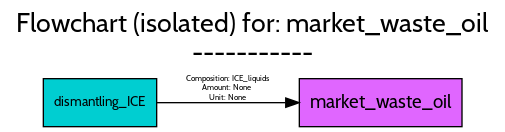
FutuRaM-Project/Recovery-Model keeps this Graphviz diagram as src/examples/ELV/figures/flowcharts/processes/png/market_waste_oil.png. Above is the earlier version. Its source is kept beside it as src/examples/ELV/figures/flowcharts/processes/dot/market_waste_oil.dot.
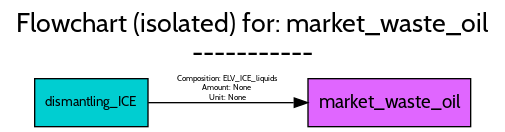
After the change.

What changed in the source:
```diff
@@ -19,7 +19,7 @@
 		fontname=Cabin,
 		fontsize=14,
 		height=0.5,
-		pos="281.5,18",
+		pos="288,18",
 		shape=box,
 		style=filled,
 		width=1.6944];
@@ -27,16 +27,16 @@
 		fontname=Cabin,
 		fontsize=10,
 		height=0.5,
-		pos="71,18",
+		pos="64.5,18",
 		shape=box,
 		style=filled,
 		width=1.1806];
 	dismantling_ICE -> market_waste_oil	[color=black,
 		fontname=Cabin,
 		fontsize=6,
-		label="Composition: ICE_liquids
+		label="Composition: ELV_ICE_liquids
 Amount: None
 Unit: None",
 		lp="167,28.5",
-		pos="e,220.31,18 113.69,18 141.25,18 178.07,18 210.1,18"];
+		pos="e,226.71,18 107.16,18 137.84,18 180.31,18 216.26,18"];
 }
```
